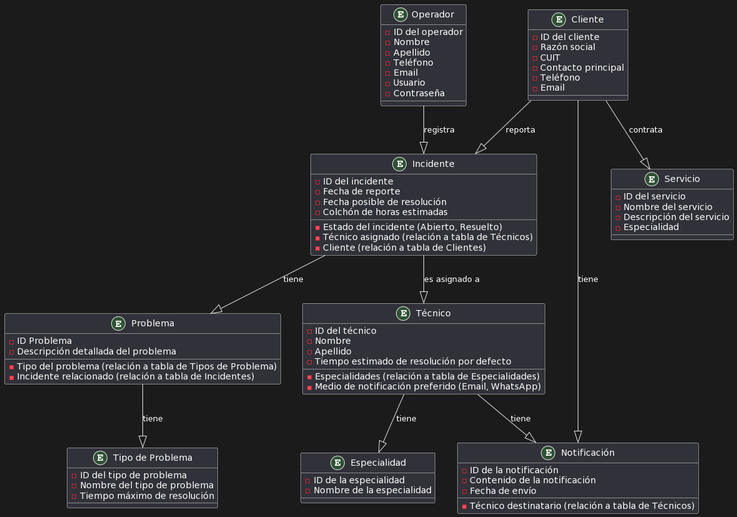
The PlantUML diagram uml.png in Marcos-Castillo/final-utn-g03, before a commit.
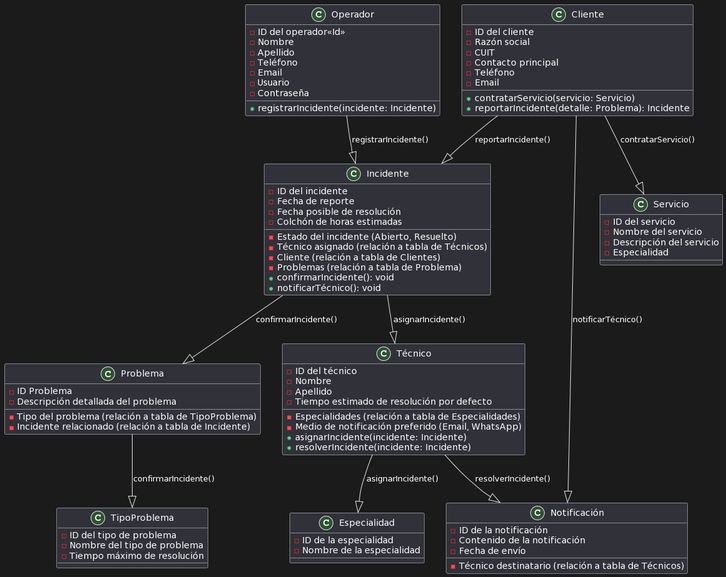
The same diagram one commit later.

Change to the diagram source:
```diff
@@ -2,35 +2,40 @@
 !define ENTITY entity
 !define RELATION association
 
-ENTITY Cliente {
+class Cliente {
     - ID del cliente
     - Razón social
     - CUIT
     - Contacto principal
     - Teléfono
     - Email
+    + contratarServicio(servicio: Servicio)
+    + reportarIncidente(detalle: Problema): Incidente
 }
 
-ENTITY Operador {
-    - ID del operador
+class Operador {
+    - ID del operador<<Id>>
     - Nombre
     - Apellido
     - Teléfono
     - Email
     - Usuario
     - Contraseña
+    + registrarIncidente(incidente: Incidente)
 }
 
-ENTITY Técnico {
+class Técnico {
     - ID del técnico
     - Nombre
     - Apellido
     - Especialidades (relación a tabla de Especialidades)
     - Medio de notificación preferido (Email, WhatsApp)
     - Tiempo estimado de resolución por defecto
+    + asignarIncidente(incidente: Incidente)
+    + resolverIncidente(incidente: Incidente)
 }
 
-ENTITY Incidente {
+class Incidente {
     - ID del incidente
     - Fecha de reporte
     - Fecha posible de resolución
@@ -38,47 +43,50 @@
     - Colchón de horas estimadas
     - Técnico asignado (relación a tabla de Técnicos)
     - Cliente (relación a tabla de Clientes)
+    - Problemas (relación a tabla de Problema)
+    + confirmarIncidente(): void
+    + notificarTécnico(): void
 }
 
-ENTITY "Problema" {
+class Problema {
     - ID Problema
     - Descripción detallada del problema
-    - Tipo del problema (relación a tabla de Tipos de Problema)
-    - Incidente relacionado (relación a tabla de Incidentes)
+    - Tipo del problema (relación a tabla de TipoProblema)
+    - Incidente relacionado (relación a tabla de Incidente)
 }
 
-ENTITY Servicio {
+class Servicio {
     - ID del servicio
     - Nombre del servicio
     - Descripción del servicio
     - Especialidad
 }
 
-ENTITY Especialidad {
+class Especialidad {
     - ID de la especialidad
     - Nombre de la especialidad
 }
 
-ENTITY "Tipo de Problema" {
+class TipoProblema {
     - ID del tipo de problema
     - Nombre del tipo de problema
     - Tiempo máximo de resolución
 }
 
-ENTITY Notificación {
+class Notificación {
     - ID de la notificación
     - Contenido de la notificación
     - Técnico destinatario (relación a tabla de Técnicos)
     - Fecha de envío
 }
 
-Cliente --|> Servicio : contrata
-Cliente --|> Incidente : reporta
-Técnico --|> Especialidad : tiene
-Técnico --|> Notificación : tiene
-Cliente --|> Notificación : tiene
-Incidente --|> Técnico : es asignado a
-Incidente --|> "Problema" : tiene
-"Problema" --|> "Tipo de Problema" : tiene
-Operador --|> Incidente : registra
+Cliente --|> Servicio : contratarServicio()
+Cliente --|> Incidente : reportarIncidente()
+Técnico --|> Especialidad : asignarIncidente()
+Técnico --|> Notificación : resolverIncidente()
+Cliente --|> Notificación : notificarTécnico()
+Incidente --|> Técnico : asignarIncidente()
+Incidente --|> Problema : confirmarIncidente()
+Problema --|> TipoProblema : confirmarIncidente()
+Operador --|> Incidente : registrarIncidente()
 @enduml
```
